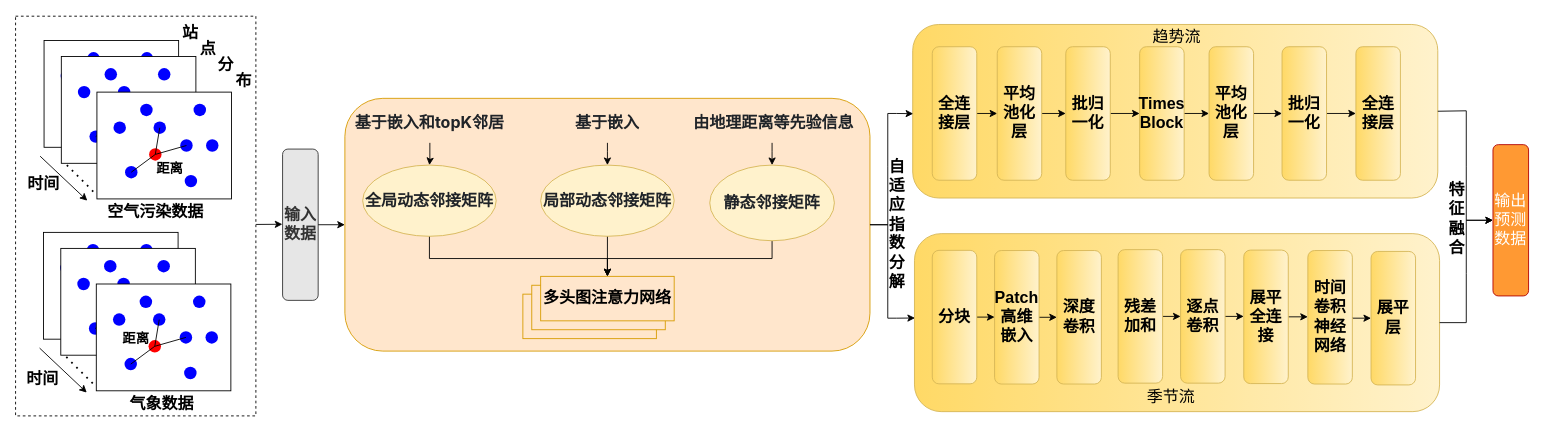
Before: 1.drawio in rrrework/hello_webgis, a draw.io diagram. Source tidied: cells renumbered, new cells numbered last; positions are measured from the earlier drawing's top-left corner, leaving out a move shared by most shapes. Both pictures are drawn from the tidied source at 89%, with x=0, y=0 at pixel (15, 15).
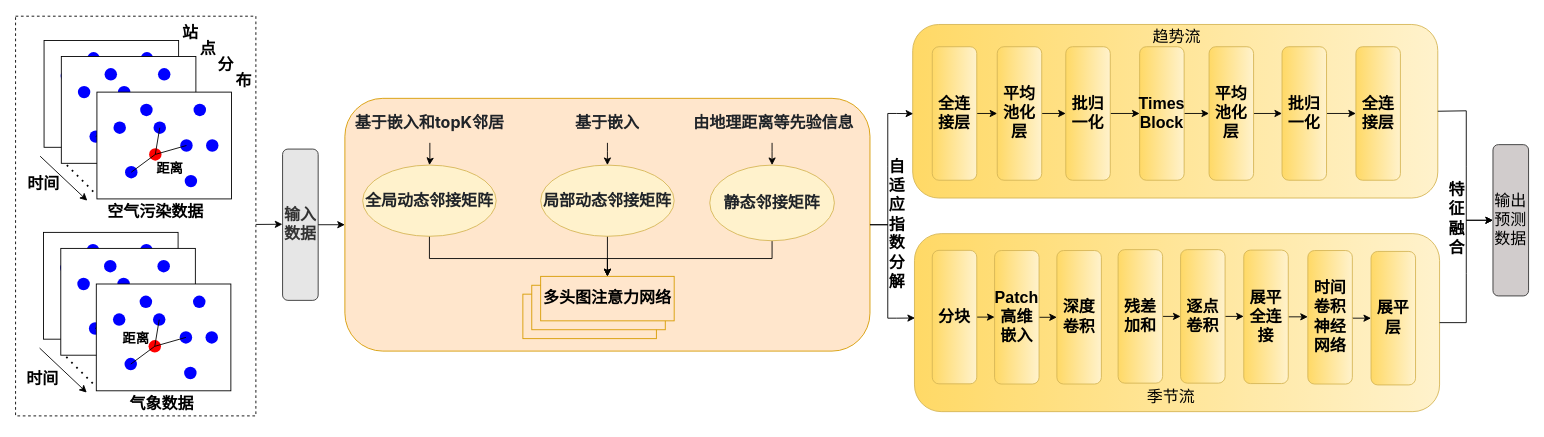
After the change.

Change to the diagram source:
```diff
@@
-    <mxCell id="145" value="&lt;font style=&quot;font-size: 18px; color: rgb(255, 255, 255);&quot;&gt;输出预测数据&lt;/font&gt;" style="rounded=1;whiteSpace=wrap;html=1;fillColor=#FF9933;fontColor=#ffffff;strokeColor=#B20000;direction=south;" parent="1" vertex="1">
+    <mxCell id="145" value="&lt;font style=&quot;font-size: 18px; color: rgb(0, 0, 0);&quot;&gt;输出预测数据&lt;/font&gt;" style="rounded=1;whiteSpace=wrap;html=1;fillColor=light-dark(#d1cccc, #535353);fontColor=#ffffff;strokeColor=#333333;direction=south;" parent="1" vertex="1">
       <mxGeometry x="1660" y="145" width="40" height="170" as="geometry" />
     </mxCell>
```
